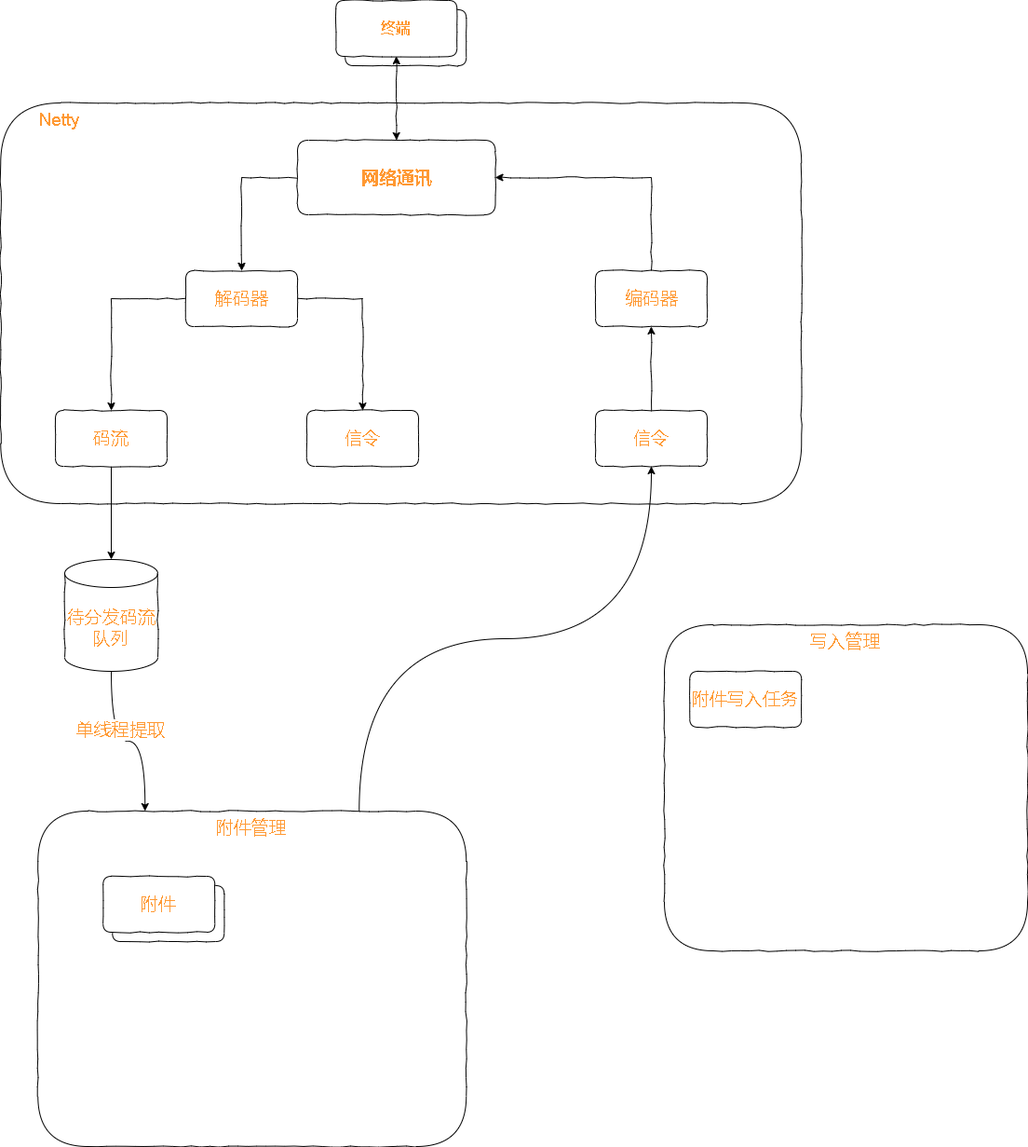
xktder/draw keeps this draw.io diagram as test.drawio.png. Above is the earlier version. Source tidied: cells renumbered, new cells last; positions are measured from the earlier drawing's top-left corner, leaving out a move shared by most shapes.
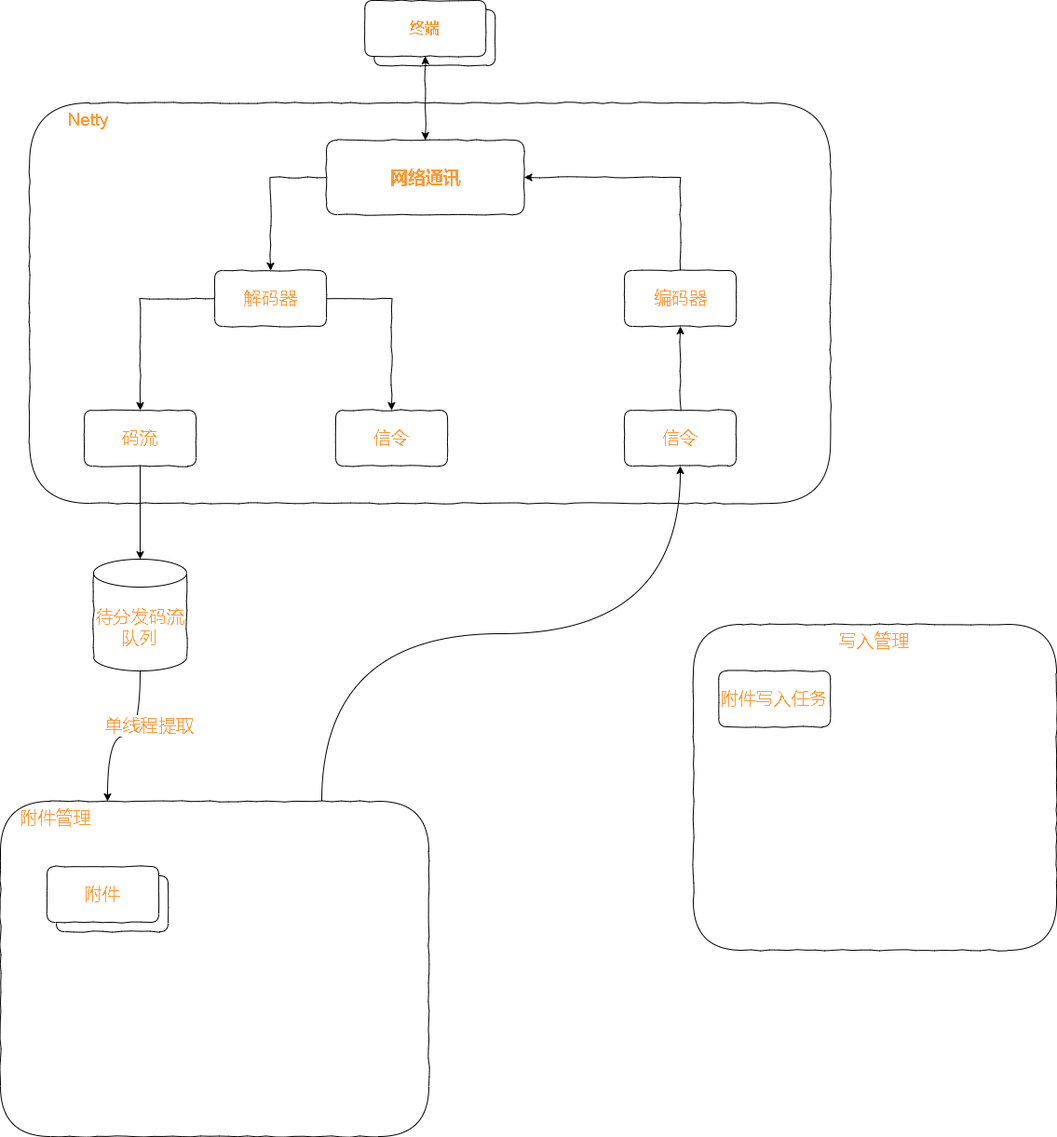
After the change.

What changed in the source:
```diff
@@ -11,8 +11,8 @@
     <mxCell id="4" style="edgeStyle=orthogonalEdgeStyle;curved=1;rounded=0;comic=0;jettySize=auto;html=1;exitX=0.75;exitY=0;exitDx=0;exitDy=0;entryX=0.5;entryY=1;entryDx=0;entryDy=0;fontSize=19;fontColor=#FF9933;startArrow=none;startFill=0;endArrow=classic;endFill=1;" parent="1" edge="1" source="5" target="22">
       <mxGeometry relative="1" as="geometry" />
     </mxCell>
-    <mxCell id="5" value="附件管理" style="rounded=1;whiteSpace=wrap;html=1;comic=1;fontSize=19;fontColor=#FF9933;strokeColor=default;gradientColor=none;verticalAlign=top;" parent="1" vertex="1">
-      <mxGeometry x="40.2" y="870" width="460" height="360" as="geometry" />
+    <mxCell id="5" value="&amp;nbsp; &amp;nbsp; 附件管理" style="rounded=1;whiteSpace=wrap;html=1;comic=1;fontSize=19;fontColor=#FF9933;strokeColor=default;gradientColor=none;verticalAlign=top;align=left;" parent="1" vertex="1">
+      <mxGeometry x="-31" y="860" width="460" height="360" as="geometry" />
     </mxCell>
     <mxCell id="6" style="group;" parent="1" vertex="1">
       <mxGeometry x="360.2" width="140" height="70" as="geometry" />
@@ -66,7 +66,7 @@
       <mxGeometry x="639" y="440" width="120" height="60" as="geometry" />
     </mxCell>
     <mxCell id="23" style="group;" parent="1" vertex="1">
-      <mxGeometry x="110.2" y="940" width="130" height="70" as="geometry" />
+      <mxGeometry x="19" y="930" width="130" height="70" as="geometry" />
     </mxCell>
     <mxCell id="24" value="附件" style="rounded=1;whiteSpace=wrap;html=1;comic=1;fontSize=19;fontColor=#FF9933;strokeColor=default;gradientColor=none;" parent="23" vertex="1">
       <mxGeometry x="10" y="10" width="120" height="60" as="geometry" />
```
